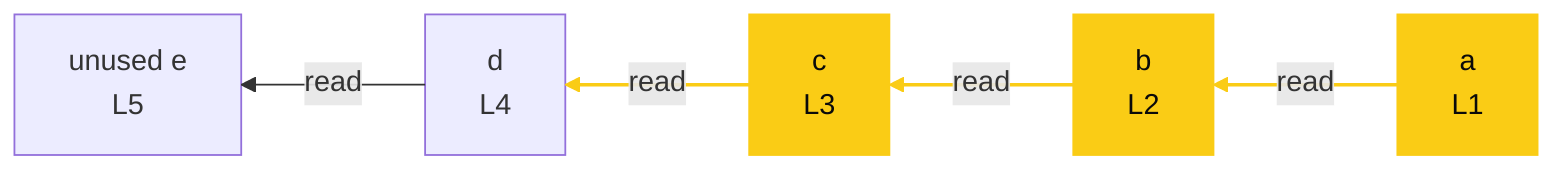
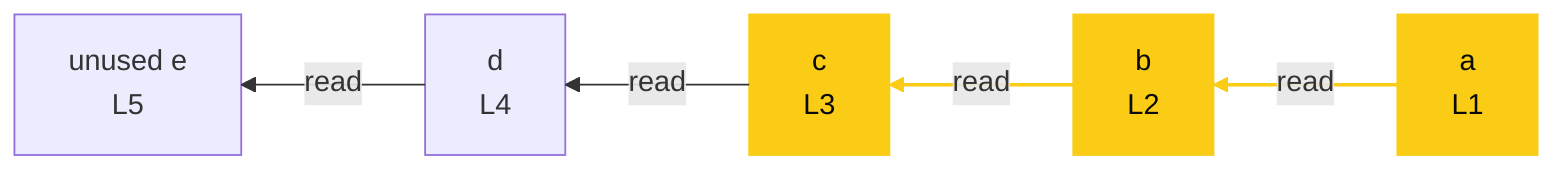
%%{init: {"flowchart": {"defaultRenderer": "elk"}}}%%
flowchart RL
  n_scope_0_a_6["a<br/>L1"]
  n_scope_0_b_19["b<br/>L2"]
  n_scope_0_c_32["c<br/>L3"]
  n_scope_0_d_45["d<br/>L4"]
  n_scope_0_e_58["unused e<br/>L5"]
  n_scope_0_a_6 -->|read| n_scope_0_b_19
  n_scope_0_b_19 -->|read| n_scope_0_c_32
  n_scope_0_c_32 -->|read| n_scope_0_d_45
  n_scope_0_d_45 -->|read| n_scope_0_e_58
  style n_scope_0_a_6 fill:#facc15,stroke:#facc15,color:#0a0a0a;
  style n_scope_0_b_19 fill:#facc15,stroke:#facc15,color:#0a0a0a;
  style n_scope_0_c_32 fill:#facc15,stroke:#facc15,color:#0a0a0a;
-   linkStyle 0,1,2 stroke:#facc15,stroke-width:2px;
+   linkStyle 0,1 stroke:#facc15,stroke-width:2px;
